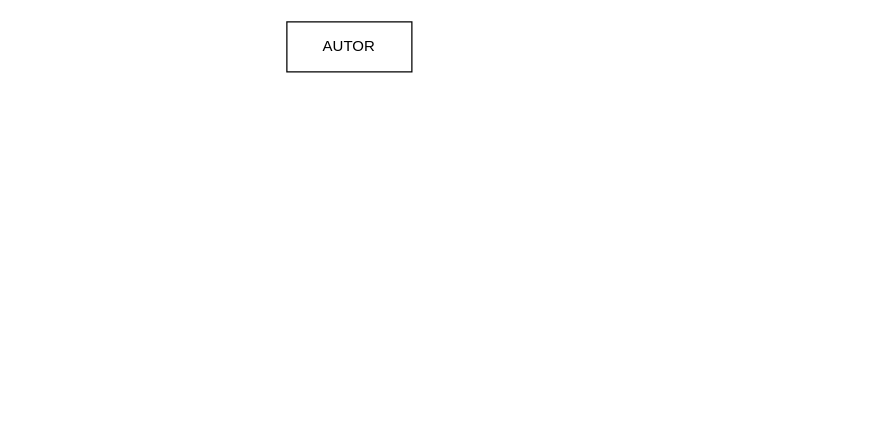
The draw.io diagram Modelado/Taller1-BDD1.drawio in jcabarcasr/Investigaciones-DB1-DB2, before the edit. Source tidied: cells renumbered, new cells numbered last; positions are measured from the earlier drawing's top-left corner, leaving out a move shared by most shapes. Both pictures are drawn from the tidied source at 125%, with x=0, y=0 at pixel (286, 21).
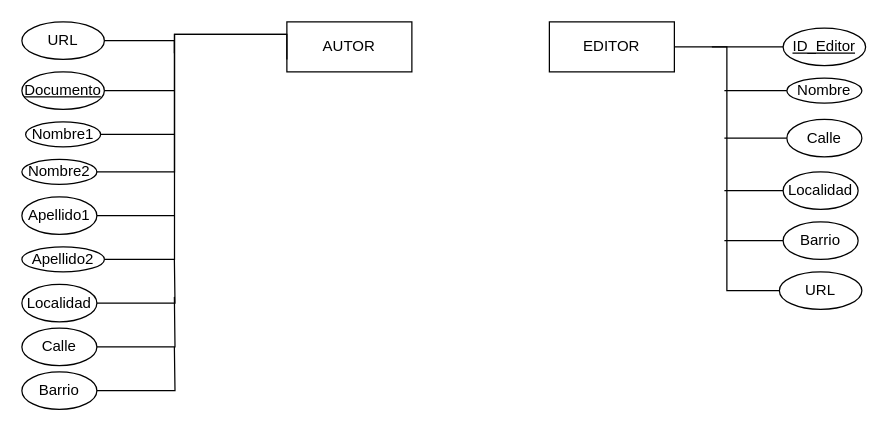
The same diagram, later.

Unchanged cells that the change refers to:
```xml
<mxCell id="2" value="AUTOR" style="whiteSpace=wrap;html=1;align=center;" parent="1" vertex="1">
  <mxGeometry width="100" height="40" as="geometry" />
</mxCell>
```

What changed in the source:
```diff
@@
+    <mxCell id="3" style="edgeStyle=orthogonalEdgeStyle;rounded=0;jettySize=auto;html=1;endArrow=none;endFill=0;" parent="1" edge="1" source="4">
+      <mxGeometry relative="1" as="geometry">
+        <mxPoint x="-90" y="25" as="targetPoint" />
+        <Array as="points">
+          <mxPoint x="-90" y="15" />
+        </Array>
+      </mxGeometry>
+    </mxCell>
+    <mxCell id="4" value="URL" style="ellipse;whiteSpace=wrap;html=1;align=center;" parent="1" vertex="1">
+      <mxGeometry x="-212" width="66" height="30" as="geometry" />
+    </mxCell>
+    <mxCell id="5" style="edgeStyle=orthogonalEdgeStyle;rounded=0;jettySize=auto;html=1;endArrow=none;endFill=0;" parent="1" edge="1" source="6">
+      <mxGeometry relative="1" as="geometry">
+        <mxPoint x="-90" y="55" as="targetPoint" />
+      </mxGeometry>
+    </mxCell>
+    <mxCell id="6" value="Documento" style="ellipse;whiteSpace=wrap;html=1;align=center;fontStyle=4;" parent="1" vertex="1">
+      <mxGeometry x="-212" y="40" width="66" height="30" as="geometry" />
+    </mxCell>
+    <mxCell id="7" style="edgeStyle=orthogonalEdgeStyle;rounded=0;jettySize=auto;html=1;entryX=0;entryY=0.25;entryDx=0;entryDy=0;endArrow=none;endFill=0;" parent="1" edge="1" source="8" target="2">
+      <mxGeometry relative="1" as="geometry">
+        <Array as="points">
+          <mxPoint x="-89.9" y="190" />
+          <mxPoint x="-89.9" y="10" />
+        </Array>
+      </mxGeometry>
+    </mxCell>
+    <mxCell id="8" value="Apellido2" style="ellipse;whiteSpace=wrap;html=1;align=center;" parent="1" vertex="1">
+      <mxGeometry x="-212" y="180" width="66" height="20" as="geometry" />
+    </mxCell>
+    <mxCell id="9" value="Nombre2" style="ellipse;whiteSpace=wrap;html=1;align=center;" parent="1" vertex="1">
+      <mxGeometry x="-212" y="110" width="60" height="20" as="geometry" />
+    </mxCell>
+    <mxCell id="10" style="edgeStyle=orthogonalEdgeStyle;rounded=0;jettySize=auto;html=1;endArrow=none;endFill=0;" parent="1" edge="1" source="11">
+      <mxGeometry relative="1" as="geometry">
+        <mxPoint x="-90" y="155" as="targetPoint" />
+      </mxGeometry>
+    </mxCell>
+    <mxCell id="11" value="Apellido1" style="ellipse;whiteSpace=wrap;html=1;align=center;" parent="1" vertex="1">
+      <mxGeometry x="-212" y="140" width="60" height="30" as="geometry" />
+    </mxCell>
+    <mxCell id="12" style="edgeStyle=orthogonalEdgeStyle;rounded=0;jettySize=auto;html=1;entryX=0;entryY=0.75;entryDx=0;entryDy=0;exitX=1;exitY=0.5;exitDx=0;exitDy=0;endArrow=none;endFill=0;" parent="1" edge="1" source="9" target="2">
+      <mxGeometry relative="1" as="geometry">
+        <Array as="points">
+          <mxPoint x="-89.9" y="120" />
+          <mxPoint x="-89.9" y="10" />
+          <mxPoint y="10" />
+        </Array>
+      </mxGeometry>
+    </mxCell>
+    <mxCell id="13" style="edgeStyle=orthogonalEdgeStyle;rounded=0;jettySize=auto;html=1;endArrow=none;endFill=0;" parent="1" edge="1" source="14">
+      <mxGeometry relative="1" as="geometry">
+        <mxPoint x="-90" y="90" as="targetPoint" />
+      </mxGeometry>
+    </mxCell>
+    <mxCell id="14" value="Nombre1" style="ellipse;whiteSpace=wrap;html=1;align=center;" parent="1" vertex="1">
+      <mxGeometry x="-209" y="80" width="60" height="20" as="geometry" />
+    </mxCell>
+    <mxCell id="15" style="edgeStyle=orthogonalEdgeStyle;rounded=0;jettySize=auto;html=1;endArrow=none;endFill=0;" parent="1" edge="1" source="16">
+      <mxGeometry relative="1" as="geometry">
+        <mxPoint x="-90" y="190" as="targetPoint" />
+      </mxGeometry>
+    </mxCell>
+    <mxCell id="16" value="Localidad" style="ellipse;whiteSpace=wrap;html=1;align=center;" parent="1" vertex="1">
+      <mxGeometry x="-212" y="210" width="60" height="30" as="geometry" />
+    </mxCell>
+    <mxCell id="17" style="edgeStyle=orthogonalEdgeStyle;rounded=0;jettySize=auto;html=1;endArrow=none;endFill=0;" parent="1" edge="1" source="18">
+      <mxGeometry relative="1" as="geometry">
+        <mxPoint x="-90" y="260" as="targetPoint" />
+      </mxGeometry>
+    </mxCell>
+    <mxCell id="18" value="Barrio" style="ellipse;whiteSpace=wrap;html=1;align=center;" parent="1" vertex="1">
+      <mxGeometry x="-212" y="280" width="60" height="30" as="geometry" />
+    </mxCell>
+    <mxCell id="19" style="edgeStyle=orthogonalEdgeStyle;rounded=0;jettySize=auto;html=1;endArrow=none;endFill=0;" parent="1" edge="1" source="20">
+      <mxGeometry relative="1" as="geometry">
+        <mxPoint x="-90" y="220" as="targetPoint" />
+      </mxGeometry>
+    </mxCell>
+    <mxCell id="20" value="Calle" style="ellipse;whiteSpace=wrap;html=1;align=center;" parent="1" vertex="1">
+      <mxGeometry x="-212" y="245" width="60" height="30" as="geometry" />
+    </mxCell>
+    <mxCell id="21" style="edgeStyle=orthogonalEdgeStyle;rounded=0;jettySize=auto;html=1;entryX=0;entryY=0.5;entryDx=0;entryDy=0;endArrow=none;endFill=0;" parent="1" edge="1" source="22" target="33">
+      <mxGeometry relative="1" as="geometry" />
+    </mxCell>
+    <mxCell id="22" value="EDITOR" style="whiteSpace=wrap;html=1;align=center;" parent="1" vertex="1">
+      <mxGeometry x="210" width="100" height="40" as="geometry" />
+    </mxCell>
+    <mxCell id="23" style="edgeStyle=orthogonalEdgeStyle;rounded=0;jettySize=auto;html=1;endArrow=none;endFill=0;" parent="1" edge="1" source="24">
+      <mxGeometry relative="1" as="geometry">
+        <mxPoint x="350" y="55" as="targetPoint" />
+      </mxGeometry>
+    </mxCell>
+    <mxCell id="24" value="Nombre" style="ellipse;whiteSpace=wrap;html=1;align=center;" parent="1" vertex="1">
+      <mxGeometry x="400" y="45" width="60" height="20" as="geometry" />
+    </mxCell>
+    <mxCell id="25" style="edgeStyle=orthogonalEdgeStyle;rounded=0;jettySize=auto;html=1;endArrow=none;endFill=0;" parent="1" edge="1" source="26">
+      <mxGeometry relative="1" as="geometry">
+        <mxPoint x="340" y="20" as="targetPoint" />
+      </mxGeometry>
+    </mxCell>
+    <mxCell id="26" value="ID_Editor" style="ellipse;whiteSpace=wrap;html=1;align=center;fontStyle=4;" parent="1" vertex="1">
+      <mxGeometry x="397" y="5" width="66" height="30" as="geometry" />
+    </mxCell>
+    <mxCell id="27" style="edgeStyle=orthogonalEdgeStyle;rounded=0;jettySize=auto;html=1;endArrow=none;endFill=0;" parent="1" edge="1" source="28">
+      <mxGeometry relative="1" as="geometry">
+        <mxPoint x="350" y="93" as="targetPoint" />
+      </mxGeometry>
+    </mxCell>
+    <mxCell id="28" value="Calle" style="ellipse;whiteSpace=wrap;html=1;align=center;" parent="1" vertex="1">
+      <mxGeometry x="400" y="78" width="60" height="30" as="geometry" />
+    </mxCell>
+    <mxCell id="29" style="edgeStyle=orthogonalEdgeStyle;rounded=0;jettySize=auto;html=1;endArrow=none;endFill=0;" parent="1" edge="1" source="30">
+      <mxGeometry relative="1" as="geometry">
+        <mxPoint x="350" y="135" as="targetPoint" />
+      </mxGeometry>
+    </mxCell>
+    <mxCell id="30" value="Localidad" style="ellipse;whiteSpace=wrap;html=1;align=center;" parent="1" vertex="1">
+      <mxGeometry x="397" y="120" width="60" height="30" as="geometry" />
+    </mxCell>
+    <mxCell id="31" style="edgeStyle=orthogonalEdgeStyle;rounded=0;jettySize=auto;html=1;endArrow=none;endFill=0;" parent="1" edge="1" source="32">
+      <mxGeometry relative="1" as="geometry">
+        <mxPoint x="350" y="175" as="targetPoint" />
+      </mxGeometry>
+    </mxCell>
+    <mxCell id="32" value="Barrio" style="ellipse;whiteSpace=wrap;html=1;align=center;" parent="1" vertex="1">
+      <mxGeometry x="397" y="160" width="60" height="30" as="geometry" />
+    </mxCell>
+    <mxCell id="33" value="URL" style="ellipse;whiteSpace=wrap;html=1;align=center;" parent="1" vertex="1">
+      <mxGeometry x="394" y="200" width="66" height="30" as="geometry" />
+    </mxCell>
```
